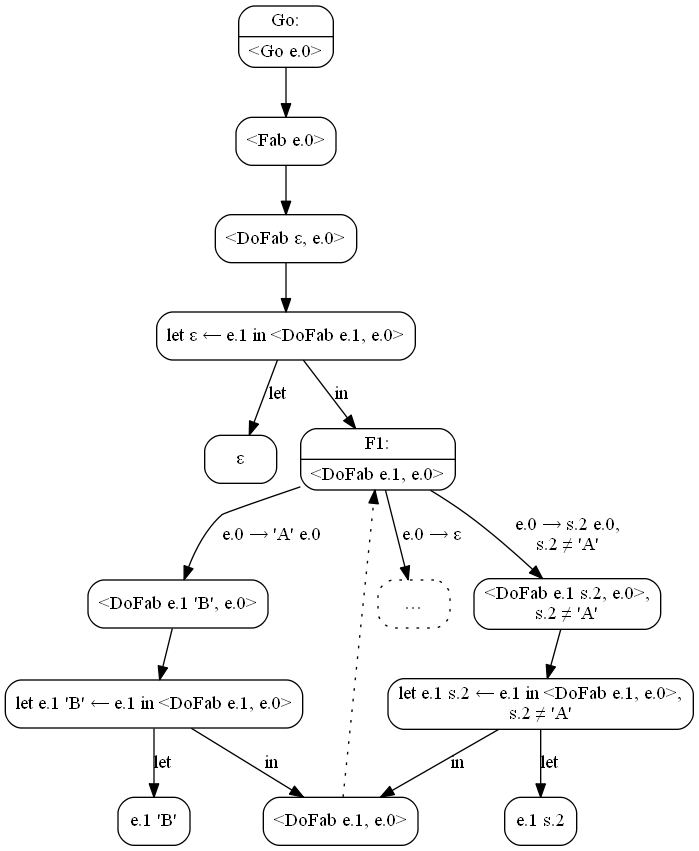
The Graphviz diagram pics/1090-fab-dofab.png in Mazdaywik/mazdaywik.github.io, before a commit. Its source is kept beside it as pics/1090-fab-dofab.dot.
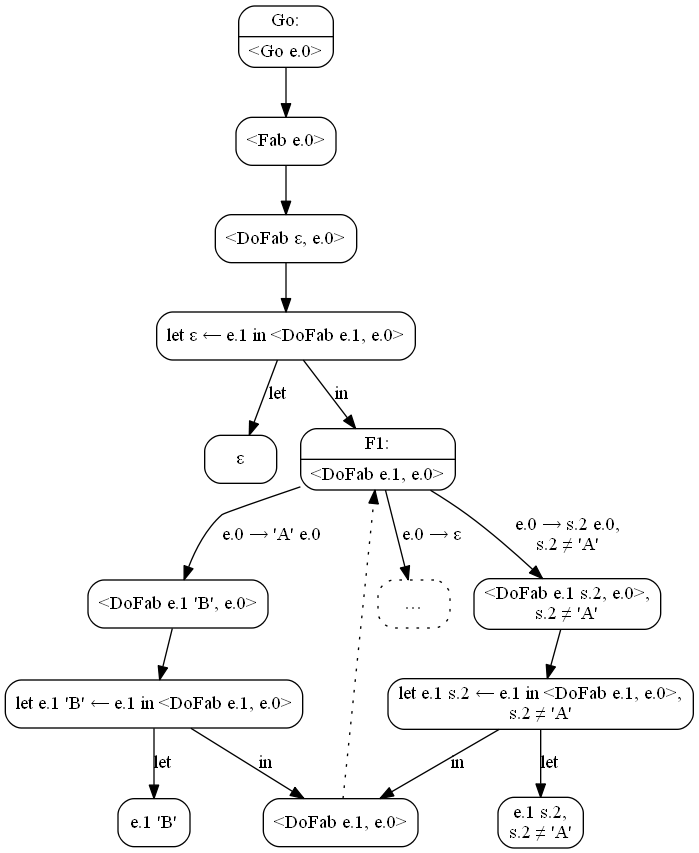
After the change.

Diff of the diagram source:
```diff
@@ -27,7 +27,7 @@
   C11 -> C5 [style="dotted"];
   C12 [label="let e.1 s.2 ← e.1 in <DoFab e.1, e.0>,\ns.2 ≠ 'A'"];
   C7 -> C12;
-  C13 [label="e.1 s.2"];
+  C13 [label="e.1 s.2,\ns.2 ≠ 'A'"];
   C12 -> C13 [label="let"];
   C12 -> C11 [label="in"];
 }
```
